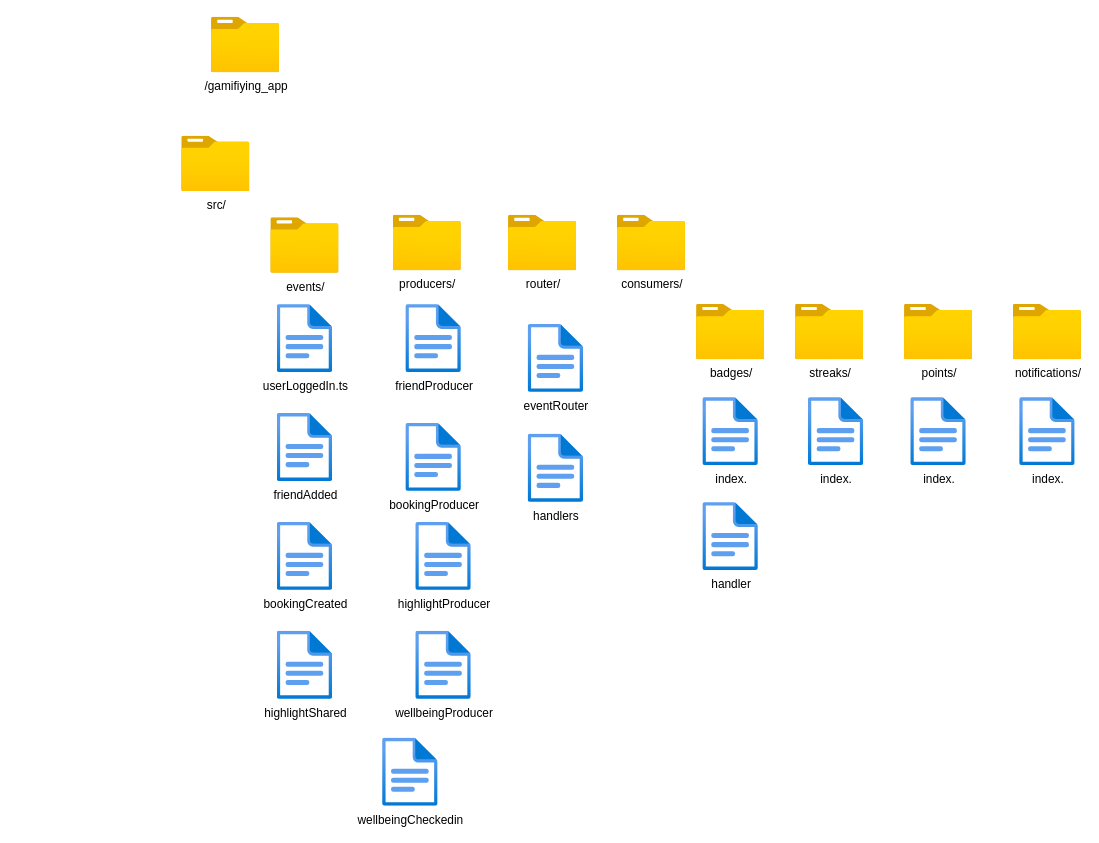
This is FolderStructureGamifying.drawio from Sky-monster/Diagrams, a draw.io file, before an edit. Source tidied: cells renumbered, new cells numbered last; positions are measured from the earlier drawing's top-left corner, leaving out a move shared by most shapes. Both pictures are drawn from the tidied source at 99%, with x=0, y=0 at pixel (181, 17).
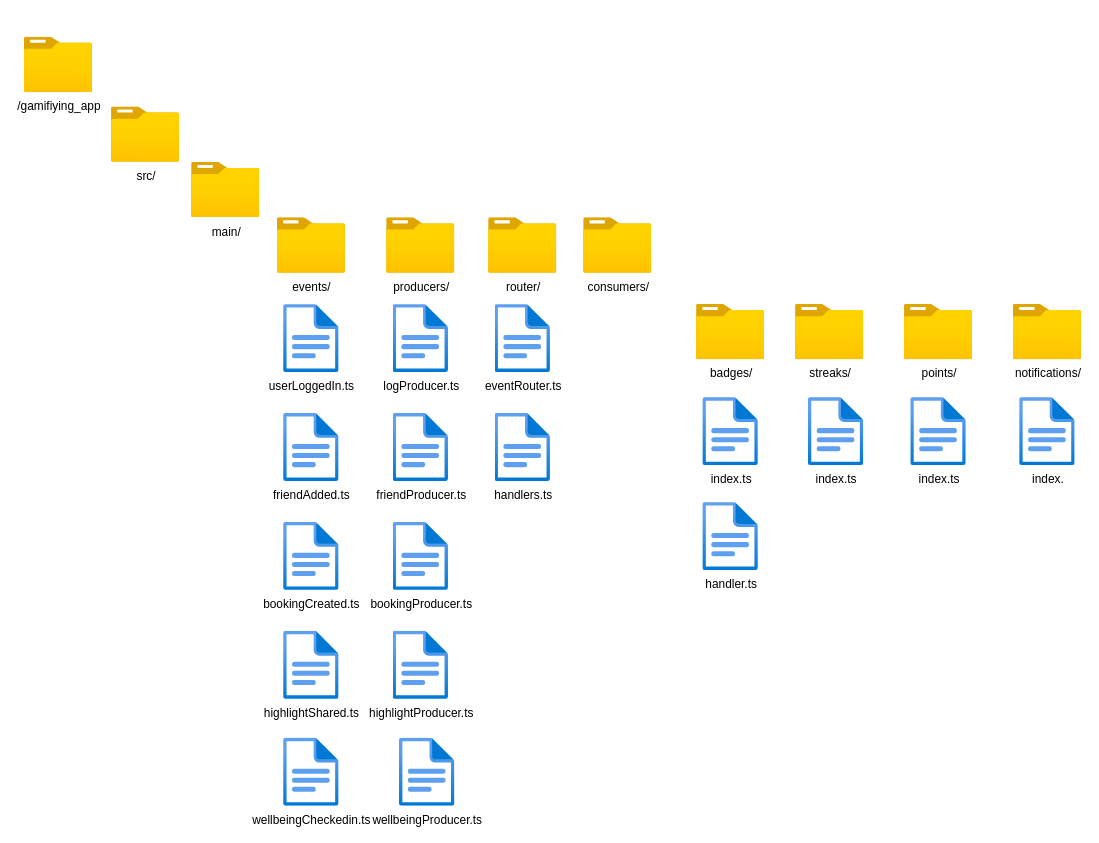
Above is the later version.

Diff of the diagram source:
```diff
@@
     <mxCell id="2" value="events/" style="image;html=1;align=center;fontSize=12;image=img/lib/azure2/general/Folder_Blank.svg;" parent="1" vertex="1">
-      <mxGeometry x="90" y="202.5" width="69" height="56" as="geometry" />
+      <mxGeometry x="96.5" y="202.5" width="69" height="56" as="geometry" />
     </mxCell>
     <mxCell id="3" value="src/" style="image;html=1;align=center;fontSize=12;image=img/lib/azure2/general/Folder_Blank.svg;" parent="1" vertex="1">
-      <mxGeometry y="120" width="69" height="56" as="geometry" />
+      <mxGeometry x="-71" y="90.5" width="69" height="56" as="geometry" />
     </mxCell>
     <mxCell id="4" value="/gamifiying_app" style="image;html=1;align=center;fontSize=12;image=img/lib/azure2/general/Folder_Blank.svg;" parent="1" vertex="1">
-      <mxGeometry x="30" width="69" height="56" as="geometry" />
+      <mxGeometry x="-159" y="20" width="69" height="56" as="geometry" />
     </mxCell>
-    <mxCell id="5" value="friendAdded" style="image;html=1;align=center;fontSize=12;image=img/lib/azure2/general/File.svg;" parent="1" vertex="1">
-      <mxGeometry x="96.5" y="400" width="56" height="69" as="geometry" />
+    <mxCell id="5" value="friendAdded.ts" style="image;html=1;align=center;fontSize=12;image=img/lib/azure2/general/File.svg;" parent="1" vertex="1">
+      <mxGeometry x="103" y="400" width="56" height="69" as="geometry" />
     </mxCell>
-    <mxCell id="6" value="bookingCreated&lt;div&gt;&lt;br&gt;&lt;/div&gt;" style="image;html=1;align=center;fontSize=12;image=img/lib/azure2/general/File.svg;" parent="1" vertex="1">
-      <mxGeometry x="96.5" y="510" width="56" height="69" as="geometry" />
+    <mxCell id="6" value="bookingCreated.ts" style="image;html=1;align=center;fontSize=12;image=img/lib/azure2/general/File.svg;" parent="1" vertex="1">
+      <mxGeometry x="103" y="510" width="56" height="69" as="geometry" />
     </mxCell>
     <mxCell id="7" value="userLoggedIn.ts" style="image;html=1;align=center;fontSize=12;image=img/lib/azure2/general/File.svg;" parent="1" vertex="1">
-      <mxGeometry x="96.5" y="290" width="56" height="69" as="geometry" />
+      <mxGeometry x="103" y="290" width="56" height="69" as="geometry" />
     </mxCell>
-    <mxCell id="8" value="&lt;div&gt;wellbeingCheckedin&lt;/div&gt;" style="image;html=1;align=center;fontSize=12;image=img/lib/azure2/general/File.svg;" parent="1" vertex="1">
-      <mxGeometry x="203" y="728" width="56" height="69" as="geometry" />
+    <mxCell id="8" value="&lt;div&gt;wellbeingCheckedin.ts&lt;/div&gt;" style="image;html=1;align=center;fontSize=12;image=img/lib/azure2/general/File.svg;" parent="1" vertex="1">
+      <mxGeometry x="103" y="728" width="56" height="69" as="geometry" />
     </mxCell>
-    <mxCell id="9" value="&lt;div&gt;highlightShared&lt;/div&gt;&lt;div&gt;&lt;br&gt;&lt;/div&gt;" style="image;html=1;align=center;fontSize=12;image=img/lib/azure2/general/File.svg;" parent="1" vertex="1">
-      <mxGeometry x="96.5" y="620" width="56" height="69" as="geometry" />
+    <mxCell id="9" value="&lt;div&gt;highlightShared.ts&lt;/div&gt;&lt;div&gt;&lt;br&gt;&lt;/div&gt;" style="image;html=1;align=center;fontSize=12;image=img/lib/azure2/general/File.svg;" parent="1" vertex="1">
+      <mxGeometry x="103" y="620" width="56" height="69" as="geometry" />
     </mxCell>
     <mxCell id="10" value="router/" style="image;html=1;align=center;fontSize=12;image=img/lib/azure2/general/Folder_Blank.svg;" parent="1" vertex="1">
-      <mxGeometry x="330" y="200" width="69" height="56" as="geometry" />
+      <mxGeometry x="310" y="202.5" width="69" height="56" as="geometry" />
     </mxCell>
     <mxCell id="11" value="producers/" style="image;html=1;align=center;fontSize=12;image=img/lib/azure2/general/Folder_Blank.svg;" parent="1" vertex="1">
-      <mxGeometry x="213.5" y="200" width="69" height="56" as="geometry" />
+      <mxGeometry x="207" y="202.5" width="69" height="56" as="geometry" />
     </mxCell>
-    <mxCell id="12" value="friendProducer" style="image;html=1;align=center;fontSize=12;image=img/lib/azure2/general/File.svg;" parent="1" vertex="1">
-      <mxGeometry x="226.5" y="290" width="56" height="69" as="geometry" />
+    <mxCell id="12" value="friendProducer.ts" style="image;html=1;align=center;fontSize=12;image=img/lib/azure2/general/File.svg;" parent="1" vertex="1">
+      <mxGeometry x="213.5" y="400" width="56" height="69" as="geometry" />
     </mxCell>
-    <mxCell id="13" value="wellbeingProducer" style="image;html=1;align=center;fontSize=12;image=img/lib/azure2/general/File.svg;" parent="1" vertex="1">
-      <mxGeometry x="236.5" y="620" width="56" height="69" as="geometry" />
+    <mxCell id="13" value="wellbeingProducer.ts" style="image;html=1;align=center;fontSize=12;image=img/lib/azure2/general/File.svg;" parent="1" vertex="1">
+      <mxGeometry x="220" y="728" width="56" height="69" as="geometry" />
     </mxCell>
-    <mxCell id="14" value="highlightProducer" style="image;html=1;align=center;fontSize=12;image=img/lib/azure2/general/File.svg;" parent="1" vertex="1">
-      <mxGeometry x="236.5" y="510" width="56" height="69" as="geometry" />
+    <mxCell id="14" value="highlightProducer.ts" style="image;html=1;align=center;fontSize=12;image=img/lib/azure2/general/File.svg;" parent="1" vertex="1">
+      <mxGeometry x="213.5" y="620" width="56" height="69" as="geometry" />
     </mxCell>
-    <mxCell id="15" value="bookingProducer" style="image;html=1;align=center;fontSize=12;image=img/lib/azure2/general/File.svg;" parent="1" vertex="1">
-      <mxGeometry x="226.5" y="410" width="56" height="69" as="geometry" />
+    <mxCell id="15" value="bookingProducer.ts" style="image;html=1;align=center;fontSize=12;image=img/lib/azure2/general/File.svg;" parent="1" vertex="1">
+      <mxGeometry x="213.5" y="510" width="56" height="69" as="geometry" />
     </mxCell>
     <mxCell id="16" value="consumers/" style="image;html=1;align=center;fontSize=12;image=img/lib/azure2/general/Folder_Blank.svg;" parent="1" vertex="1">
-      <mxGeometry x="440" y="200" width="69" height="56" as="geometry" />
+      <mxGeometry x="406" y="202.5" width="69" height="56" as="geometry" />
     </mxCell>
@@
-    <mxCell id="18" value="index." style="image;html=1;align=center;fontSize=12;image=img/lib/azure2/general/File.svg;" parent="1" vertex="1">
+    <mxCell id="18" value="index.ts" style="image;html=1;align=center;fontSize=12;image=img/lib/azure2/general/File.svg;" parent="1" vertex="1">
       <mxGeometry x="526.5" y="384" width="56" height="69" as="geometry" />
     </mxCell>
-    <mxCell id="19" value="handler" style="image;html=1;align=center;fontSize=12;image=img/lib/azure2/general/File.svg;" parent="1" vertex="1">
+    <mxCell id="19" value="handler.ts" style="image;html=1;align=center;fontSize=12;image=img/lib/azure2/general/File.svg;" parent="1" vertex="1">
       <mxGeometry x="526.5" y="490" width="56" height="69" as="geometry" />
     </mxCell>
@@
-    <mxCell id="23" value="index." style="image;html=1;align=center;fontSize=12;image=img/lib/azure2/general/File.svg;" parent="1" vertex="1">
+    <mxCell id="23" value="index.ts" style="image;html=1;align=center;fontSize=12;image=img/lib/azure2/general/File.svg;" parent="1" vertex="1">
       <mxGeometry x="633" y="384" width="56" height="69" as="geometry" />
     </mxCell>
-    <mxCell id="24" value="index." style="image;html=1;align=center;fontSize=12;image=img/lib/azure2/general/File.svg;" parent="1" vertex="1">
+    <mxCell id="24" value="index.ts" style="image;html=1;align=center;fontSize=12;image=img/lib/azure2/general/File.svg;" parent="1" vertex="1">
       <mxGeometry x="736.5" y="384" width="56" height="69" as="geometry" />
     </mxCell>
@@
-    <mxCell id="26" value="eventRouter" style="image;html=1;align=center;fontSize=12;image=img/lib/azure2/general/File.svg;" parent="1" vertex="1">
-      <mxGeometry x="350" y="310" width="56" height="69" as="geometry" />
+    <mxCell id="26" value="eventRouter.ts" style="image;html=1;align=center;fontSize=12;image=img/lib/azure2/general/File.svg;" parent="1" vertex="1">
+      <mxGeometry x="316.5" y="290" width="56" height="69" as="geometry" />
     </mxCell>
-    <mxCell id="27" value="handlers" style="image;html=1;align=center;fontSize=12;image=img/lib/azure2/general/File.svg;" parent="1" vertex="1">
-      <mxGeometry x="350" y="421" width="56" height="69" as="geometry" />
+    <mxCell id="27" value="handlers.ts" style="image;html=1;align=center;fontSize=12;image=img/lib/azure2/general/File.svg;" parent="1" vertex="1">
+      <mxGeometry x="316.5" y="400" width="56" height="69" as="geometry" />
     </mxCell>
+    <mxCell id="28" value="main/" style="image;html=1;align=center;fontSize=12;image=img/lib/azure2/general/Folder_Blank.svg;" parent="1" vertex="1">
+      <mxGeometry x="10" y="146.5" width="69" height="56" as="geometry" />
+    </mxCell>
+    <mxCell id="29" value="logProducer.ts" style="image;html=1;align=center;fontSize=12;image=img/lib/azure2/general/File.svg;" parent="1" vertex="1">
+      <mxGeometry x="213.5" y="290" width="56" height="69" as="geometry" />
+    </mxCell>
```
